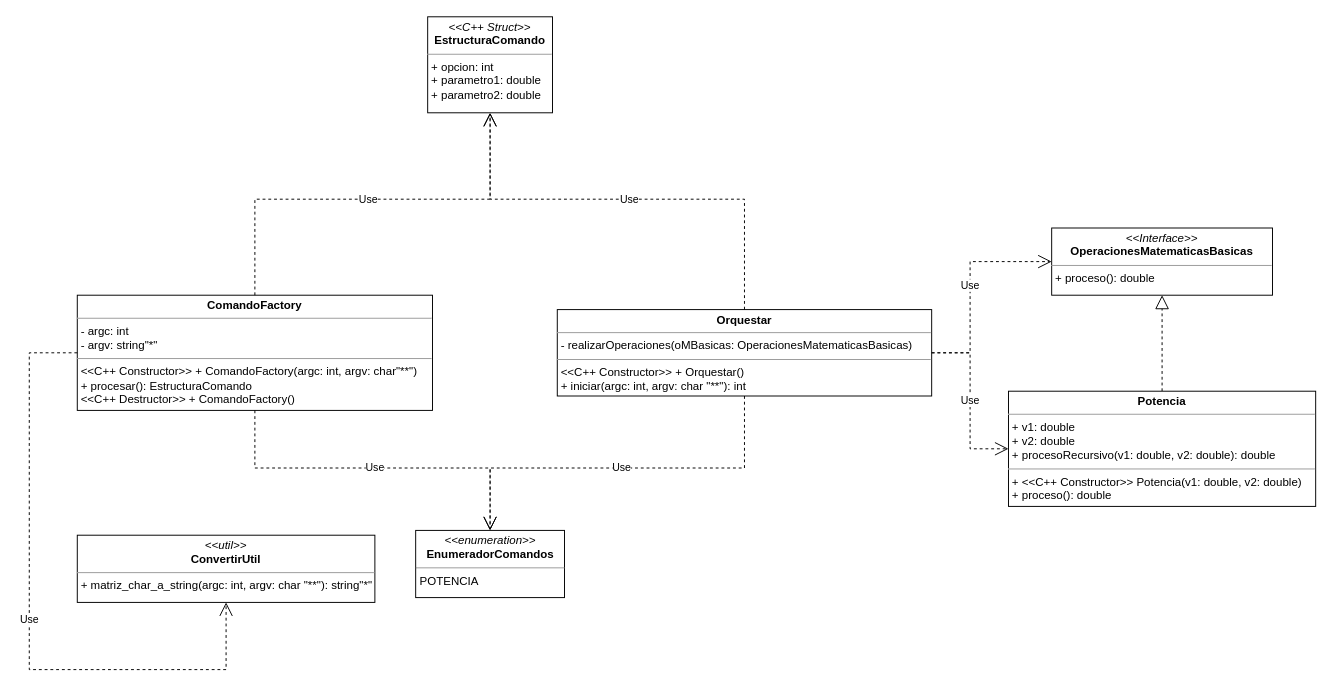
Earlier version of the draw.io diagram uml/usui-calc.drawio (DevUsuiSama/Usui-Calc). Source tidied: cells renumbered, new cells numbered last; positions are measured from the earlier drawing's top-left corner, leaving out a move shared by most shapes. Both pictures are drawn from the tidied source at 96%, with x=0, y=0 at pixel (29, 16).
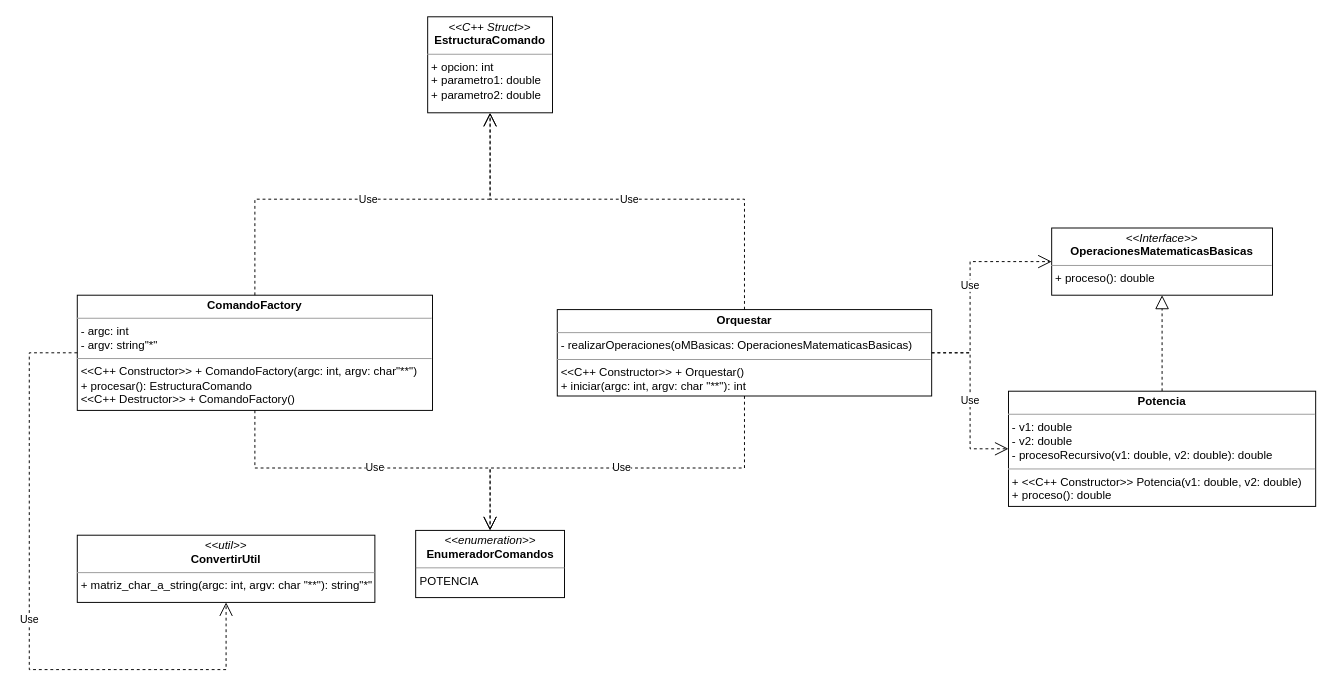
The same page after the edit.

Commit message (it also covers changes not shown here):
🛠️ encapsulation [diagram]

Change to the diagram source:
```diff
@@
-    <mxCell id="14" value="&lt;p style=&quot;margin:0px;margin-top:4px;text-align:center;&quot;&gt;&lt;b&gt;Potencia&lt;/b&gt;&lt;/p&gt;&lt;hr size=&quot;1&quot;&gt;&lt;p style=&quot;margin:0px;margin-left:4px;&quot;&gt;+ v1: double&lt;/p&gt;&lt;p style=&quot;margin:0px;margin-left:4px;&quot;&gt;+ v2: double&lt;/p&gt;&lt;p style=&quot;margin:0px;margin-left:4px;&quot;&gt;+ procesoRecursivo(v1: double, v2: double): double&lt;/p&gt;&lt;hr size=&quot;1&quot;&gt;&lt;p style=&quot;margin:0px;margin-left:4px;&quot;&gt;+ &amp;lt;&amp;lt;C++ Constructor&amp;gt;&amp;gt; Potencia(v1: double, v2: double)&lt;/p&gt;&lt;p style=&quot;margin:0px;margin-left:4px;&quot;&gt;+ proceso(): double&lt;/p&gt;" style="verticalAlign=top;align=left;overflow=fill;fontSize=12;fontFamily=Helvetica;html=1;whiteSpace=wrap;" parent="1" vertex="1">
+    <mxCell id="14" value="&lt;p style=&quot;margin:0px;margin-top:4px;text-align:center;&quot;&gt;&lt;b&gt;Potencia&lt;/b&gt;&lt;/p&gt;&lt;hr size=&quot;1&quot;&gt;&lt;p style=&quot;margin:0px;margin-left:4px;&quot;&gt;- v1: double&lt;/p&gt;&lt;p style=&quot;margin:0px;margin-left:4px;&quot;&gt;- v2: double&lt;/p&gt;&lt;p style=&quot;margin:0px;margin-left:4px;&quot;&gt;- procesoRecursivo(v1: double, v2: double): double&lt;/p&gt;&lt;hr size=&quot;1&quot;&gt;&lt;p style=&quot;margin:0px;margin-left:4px;&quot;&gt;+ &amp;lt;&amp;lt;C++ Constructor&amp;gt;&amp;gt; Potencia(v1: double, v2: double)&lt;/p&gt;&lt;p style=&quot;margin:0px;margin-left:4px;&quot;&gt;+ proceso(): double&lt;/p&gt;" style="verticalAlign=top;align=left;overflow=fill;fontSize=12;fontFamily=Helvetica;html=1;whiteSpace=wrap;" parent="1" vertex="1">
       <mxGeometry x="1020" y="390" width="320" height="120" as="geometry" />
     </mxCell>
```
